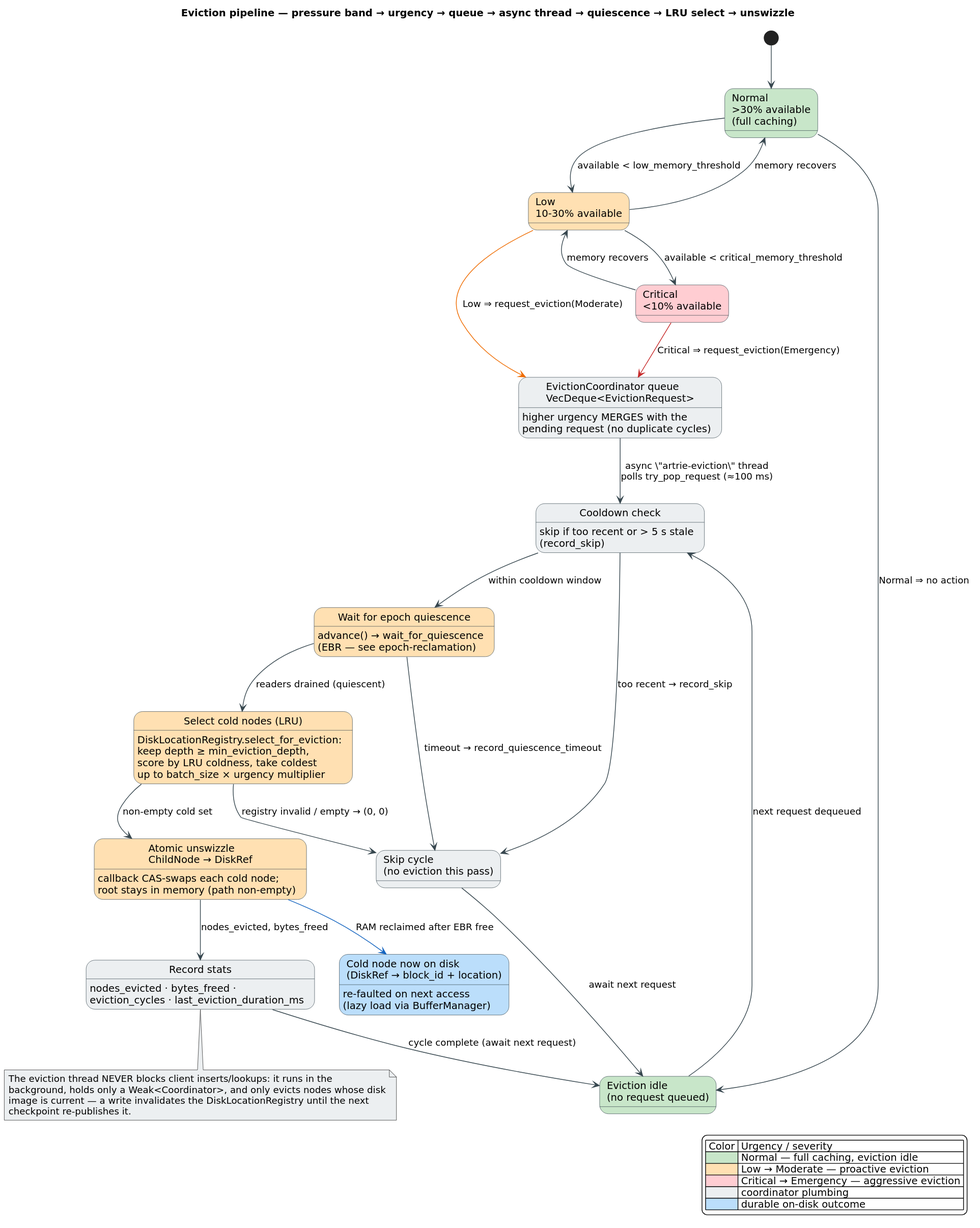
vinary-tree/libdictenstein keeps this PlantUML diagram as docs/diagrams/eviction-pipeline.svg. Above is the earlier version. Its source is kept beside it as docs/diagrams/src/eviction-pipeline.puml. Its diagram source:
```plantuml
@startuml eviction-pipeline
skinparam backgroundColor #FFFFFF
skinparam defaultFontName "DejaVu Sans"
skinparam shadowing false
skinparam ArrowColor #37474F
skinparam StateBorderColor #37474F
skinparam StateFontName "DejaVu Sans"

title Eviction pipeline — pressure band → urgency → queue → async thread → quiescence → LRU select → unswizzle

state "Normal\n>30% available\n(full caching)" as Normal #C8E6C9
state "Low\n10–30% available" as Low #FFE0B2
state "Critical\n<10% available" as Critical #FFCDD2

[*] --> Normal
Normal --> Low : available < low_memory_threshold
Low --> Critical : available < critical_memory_threshold
Critical --> Low : memory recovers
Low --> Normal : memory recovers

Normal --> Idle : Normal ⇒ no action
state "Eviction idle\n(no request queued)" as Idle #C8E6C9
Low -[#EF6C00]-> Queue : Low ⇒ request_eviction(Moderate)
Critical -[#C62828]-> Queue : Critical ⇒ request_eviction(Emergency)

state "EvictionCoordinator queue\nVecDeque<EvictionRequest>" as Queue #ECEFF1 : higher urgency MERGES with the\npending request (no duplicate cycles)
Queue --> Cooldown : async \"artrie-eviction\" thread\npolls try_pop_request (≈100 ms)

state "Cooldown check" as Cooldown #ECEFF1 : skip if too recent or > 5 s stale\n(record_skip)
state "Wait for epoch quiescence" as Quiesce #FFE0B2 : advance() → wait_for_quiescence\n(EBR — see epoch-reclamation)
state "Select cold nodes (LRU)" as Select #FFE0B2 : DiskLocationRegistry.select_for_eviction:\nkeep depth ≥ min_eviction_depth,\nscore by LRU coldness, take coldest\nup to batch_size × urgency multiplier
state "Atomic unswizzle\nChildNode → DiskRef" as Swap #FFE0B2 : callback CAS-swaps each cold node;\nroot stays in memory (path non-empty)
state "Record stats" as Stats #ECEFF1 : nodes_evicted · bytes_freed ·\neviction_cycles · last_eviction_duration_ms
state "Skip cycle\n(no eviction this pass)" as Skip #ECEFF1

Cooldown --> Quiesce : within cooldown window
Cooldown --> Skip : too recent → record_skip
Quiesce --> Select : readers drained (quiescent)
Quiesce --> Skip : timeout → record_quiescence_timeout
Select --> Swap : non-empty cold set
Select --> Skip : registry invalid / empty → (0, 0)
Swap --> Stats : nodes_evicted, bytes_freed
Stats --> Idle : cycle complete (await next request)
Skip --> Idle : await next request
Idle --> Cooldown : next request dequeued

Swap -[#1565C0]-> Evicted : RAM reclaimed after EBR free
state "Cold node now on disk\n(DiskRef → block_id + location)" as Evicted #BBDEFB : re-faulted on next access\n(lazy load via BufferManager)

note bottom of Stats #ECEFF1
  The eviction thread NEVER blocks client inserts/lookups: it runs in the
  background, holds only a Weak<Coordinator>, and only evicts nodes whose disk
  image is current — a write invalidates the DiskLocationRegistry until the next
  checkpoint re-publishes it.
end note

legend right
| Color | Urgency / severity |
|<#C8E6C9>| Normal — full caching, eviction idle |
|<#FFE0B2>| Low → Moderate — proactive eviction |
|<#FFCDD2>| Critical → Emergency — aggressive eviction |
|<#ECEFF1>| coordinator plumbing |
|<#BBDEFB>| durable on-disk outcome |
endlegend
@enduml
```
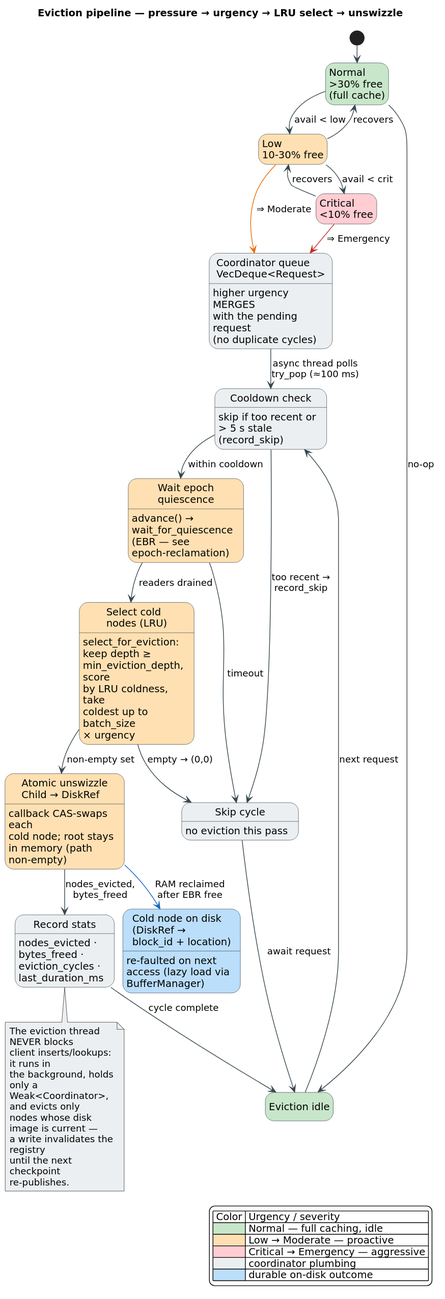
Above is the later version.

The edit, as a diff of the source:
```diff
@@ -1,64 +1,71 @@
 @startuml eviction-pipeline
 skinparam backgroundColor #FFFFFF
 skinparam defaultFontName "DejaVu Sans"
+skinparam wrapWidth 150
 skinparam shadowing false
 skinparam ArrowColor #37474F
+skinparam nodesep 12
+skinparam ranksep 24
+hide empty description
 skinparam StateBorderColor #37474F
 skinparam StateFontName "DejaVu Sans"
 
-title Eviction pipeline — pressure band → urgency → queue → async thread → quiescence → LRU select → unswizzle
+title Eviction pipeline — pressure → urgency → LRU select → unswizzle
 
-state "Normal\n>30% available\n(full caching)" as Normal #C8E6C9
-state "Low\n10–30% available" as Low #FFE0B2
-state "Critical\n<10% available" as Critical #FFCDD2
+state "Normal\n>30% free\n(full cache)" as Normal #C8E6C9
+state "Low\n10–30% free" as Low #FFE0B2
+state "Critical\n<10% free" as Critical #FFCDD2
 
 [*] --> Normal
-Normal --> Low : available < low_memory_threshold
-Low --> Critical : available < critical_memory_threshold
-Critical --> Low : memory recovers
-Low --> Normal : memory recovers
+Normal --> Low : avail < low
+Low --> Critical : avail < crit
+Critical --> Low : recovers
+Low --> Normal : recovers
 
-Normal --> Idle : Normal ⇒ no action
-state "Eviction idle\n(no request queued)" as Idle #C8E6C9
-Low -[#EF6C00]-> Queue : Low ⇒ request_eviction(Moderate)
-Critical -[#C62828]-> Queue : Critical ⇒ request_eviction(Emergency)
+Normal --> Idle : no-op
+state "Eviction idle" as Idle #C8E6C9
+Low -[#EF6C00]-> Queue : ⇒ Moderate
+Critical -[#C62828]-> Queue : ⇒ Emergency
 
-state "EvictionCoordinator queue\nVecDeque<EvictionRequest>" as Queue #ECEFF1 : higher urgency MERGES with the\npending request (no duplicate cycles)
-Queue --> Cooldown : async \"artrie-eviction\" thread\npolls try_pop_request (≈100 ms)
+state "Coordinator queue\nVecDeque<Request>" as Queue #ECEFF1 : higher urgency MERGES\nwith the pending request\n(no duplicate cycles)
+Queue --> Cooldown : async thread polls\ntry_pop (≈100 ms)
 
-state "Cooldown check" as Cooldown #ECEFF1 : skip if too recent or > 5 s stale\n(record_skip)
-state "Wait for epoch quiescence" as Quiesce #FFE0B2 : advance() → wait_for_quiescence\n(EBR — see epoch-reclamation)
-state "Select cold nodes (LRU)" as Select #FFE0B2 : DiskLocationRegistry.select_for_eviction:\nkeep depth ≥ min_eviction_depth,\nscore by LRU coldness, take coldest\nup to batch_size × urgency multiplier
-state "Atomic unswizzle\nChildNode → DiskRef" as Swap #FFE0B2 : callback CAS-swaps each cold node;\nroot stays in memory (path non-empty)
-state "Record stats" as Stats #ECEFF1 : nodes_evicted · bytes_freed ·\neviction_cycles · last_eviction_duration_ms
-state "Skip cycle\n(no eviction this pass)" as Skip #ECEFF1
+state "Cooldown check" as Cooldown #ECEFF1 : skip if too recent or\n> 5 s stale (record_skip)
+state "Wait epoch\nquiescence" as Quiesce #FFE0B2 : advance() →\nwait_for_quiescence\n(EBR — see\nepoch-reclamation)
+state "Select cold\nnodes (LRU)" as Select #FFE0B2 : select_for_eviction:\nkeep depth ≥\nmin_eviction_depth, score\nby LRU coldness, take\ncoldest up to batch_size\n× urgency
+state "Atomic unswizzle\nChild → DiskRef" as Swap #FFE0B2 : callback CAS-swaps each\ncold node; root stays\nin memory (path non-empty)
+state "Record stats" as Stats #ECEFF1 : nodes_evicted ·\nbytes_freed ·\neviction_cycles ·\nlast_duration_ms
+state "Skip cycle" as Skip #ECEFF1 : no eviction this pass
 
-Cooldown --> Quiesce : within cooldown window
-Cooldown --> Skip : too recent → record_skip
-Quiesce --> Select : readers drained (quiescent)
-Quiesce --> Skip : timeout → record_quiescence_timeout
-Select --> Swap : non-empty cold set
-Select --> Skip : registry invalid / empty → (0, 0)
-Swap --> Stats : nodes_evicted, bytes_freed
-Stats --> Idle : cycle complete (await next request)
-Skip --> Idle : await next request
-Idle --> Cooldown : next request dequeued
+Cooldown --> Quiesce : within cooldown
+Cooldown --> Skip : too recent →\nrecord_skip
+Quiesce --> Select : readers drained
+Quiesce --> Skip : timeout
+Select --> Swap : non-empty set
+Select --> Skip : empty → (0,0)
+Swap --> Stats : nodes_evicted,\nbytes_freed
+Stats --> Idle : cycle complete
+Skip --> Idle : await request
+Idle --> Cooldown : next request
 
-Swap -[#1565C0]-> Evicted : RAM reclaimed after EBR free
-state "Cold node now on disk\n(DiskRef → block_id + location)" as Evicted #BBDEFB : re-faulted on next access\n(lazy load via BufferManager)
+Swap -[#1565C0]-> Evicted : RAM reclaimed\nafter EBR free
+state "Cold node on disk\n(DiskRef →\nblock_id + location)" as Evicted #BBDEFB : re-faulted on next\naccess (lazy load via\nBufferManager)
 
 note bottom of Stats #ECEFF1
-  The eviction thread NEVER blocks client inserts/lookups: it runs in the
-  background, holds only a Weak<Coordinator>, and only evicts nodes whose disk
-  image is current — a write invalidates the DiskLocationRegistry until the next
-  checkpoint re-publishes it.
+  The eviction thread NEVER blocks
+  client inserts/lookups: it runs in
+  the background, holds only a
+  Weak<Coordinator>, and evicts only
+  nodes whose disk image is current —
+  a write invalidates the registry
+  until the next checkpoint re-publishes.
 end note
 
 legend right
 | Color | Urgency / severity |
-|<#C8E6C9>| Normal — full caching, eviction idle |
-|<#FFE0B2>| Low → Moderate — proactive eviction |
-|<#FFCDD2>| Critical → Emergency — aggressive eviction |
+|<#C8E6C9>| Normal — full caching, idle |
+|<#FFE0B2>| Low → Moderate — proactive |
+|<#FFCDD2>| Critical → Emergency — aggressive |
 |<#ECEFF1>| coordinator plumbing |
 |<#BBDEFB>| durable on-disk outcome |
 endlegend
```
